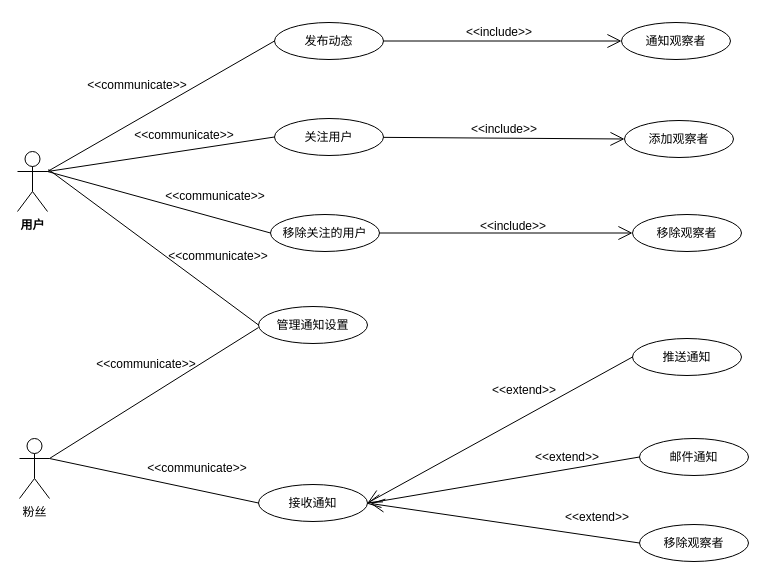
Before: 2.drawio in 1579231583/student, a draw.io diagram. Source tidied: cells renumbered, new cells numbered last; positions are measured from the earlier drawing's top-left corner, leaving out a move shared by most shapes. Both pictures are drawn from the tidied source at 100%, with x=0, y=0 at pixel (17, 17).
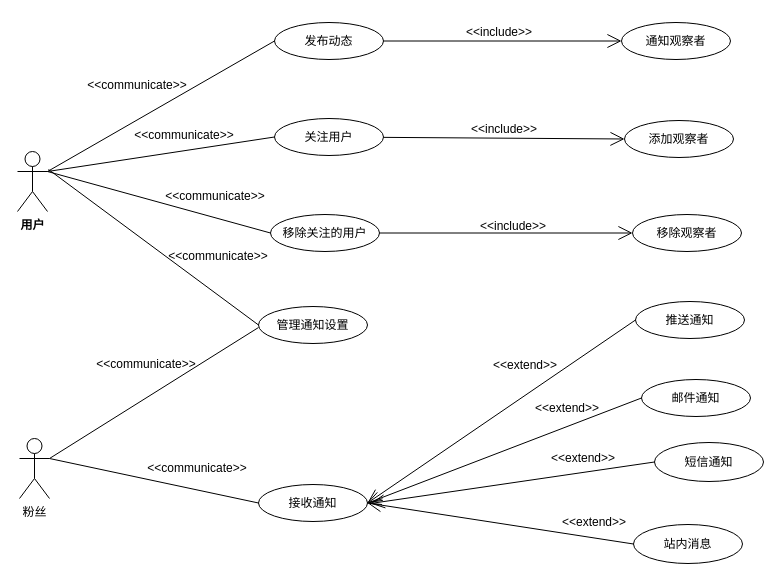
Above is the later version.

The change refers to these unchanged cells:
```xml
<mxCell id="14" value="接收通知" style="ellipse;whiteSpace=wrap;html=1;" parent="1" vertex="1">
  <mxGeometry x="241" y="467" width="109" height="37" as="geometry" />
</mxCell>
```

The edit, as a diff of the source:
```diff
@@
     <mxCell id="11" value="邮件通知" style="ellipse;whiteSpace=wrap;html=1;fontStyle=0;" parent="1" vertex="1">
-      <mxGeometry x="622" y="421" width="109" height="37" as="geometry" />
+      <mxGeometry x="624" y="362" width="109" height="37" as="geometry" />
     </mxCell>
     <mxCell id="12" value="推送通知" style="ellipse;whiteSpace=wrap;html=1;" parent="1" vertex="1">
-      <mxGeometry x="615" y="321" width="109" height="37" as="geometry" />
+      <mxGeometry x="618" y="284" width="109" height="37" as="geometry" />
     </mxCell>
-    <mxCell id="13" value="移除观察者" style="ellipse;whiteSpace=wrap;html=1;" parent="1" vertex="1">
-      <mxGeometry x="622" y="507" width="109" height="37" as="geometry" />
+    <mxCell id="13" value="短信通知" style="ellipse;whiteSpace=wrap;html=1;" parent="1" vertex="1">
+      <mxGeometry x="637" y="425" width="109" height="39" as="geometry" />
     </mxCell>
@@
     <mxCell id="31" value="&amp;lt;&amp;lt;extend&amp;gt;&amp;gt;" style="text;html=1;whiteSpace=wrap;strokeColor=none;fillColor=none;align=center;verticalAlign=middle;rounded=0;" parent="1" vertex="1">
-      <mxGeometry x="477" y="358" width="60" height="30" as="geometry" />
+      <mxGeometry x="478" y="333" width="60" height="30" as="geometry" />
     </mxCell>
     <mxCell id="32" value="&amp;lt;&amp;lt;extend&amp;gt;&amp;gt;" style="text;html=1;whiteSpace=wrap;strokeColor=none;fillColor=none;align=center;verticalAlign=middle;rounded=0;" parent="1" vertex="1">
-      <mxGeometry x="520" y="424.5" width="60" height="30" as="geometry" />
+      <mxGeometry x="520" y="376" width="60" height="30" as="geometry" />
     </mxCell>
     <mxCell id="33" value="&amp;lt;&amp;lt;extend&amp;gt;&amp;gt;" style="text;html=1;whiteSpace=wrap;strokeColor=none;fillColor=none;align=center;verticalAlign=middle;rounded=0;" parent="1" vertex="1">
-      <mxGeometry x="550" y="485" width="60" height="30" as="geometry" />
+      <mxGeometry x="536" y="426" width="60" height="30" as="geometry" />
     </mxCell>
@@
+    <mxCell id="40" value="站内消息" style="ellipse;whiteSpace=wrap;html=1;" parent="1" vertex="1">
+      <mxGeometry x="616" y="507" width="109" height="39" as="geometry" />
+    </mxCell>
+    <mxCell id="41" style="endArrow=open;endFill=1;endSize=12;html=1;rounded=0;exitX=0;exitY=0.5;exitDx=0;exitDy=0;entryX=1;entryY=0.5;entryDx=0;entryDy=0;" parent="1" edge="1" source="40" target="14">
+      <mxGeometry relative="1" as="geometry" />
+    </mxCell>
+    <mxCell id="42" value="&amp;lt;&amp;lt;extend&amp;gt;&amp;gt;" style="text;html=1;whiteSpace=wrap;strokeColor=none;fillColor=none;align=center;verticalAlign=middle;rounded=0;" parent="1" vertex="1">
+      <mxGeometry x="547" y="490" width="60" height="30" as="geometry" />
+    </mxCell>
```
